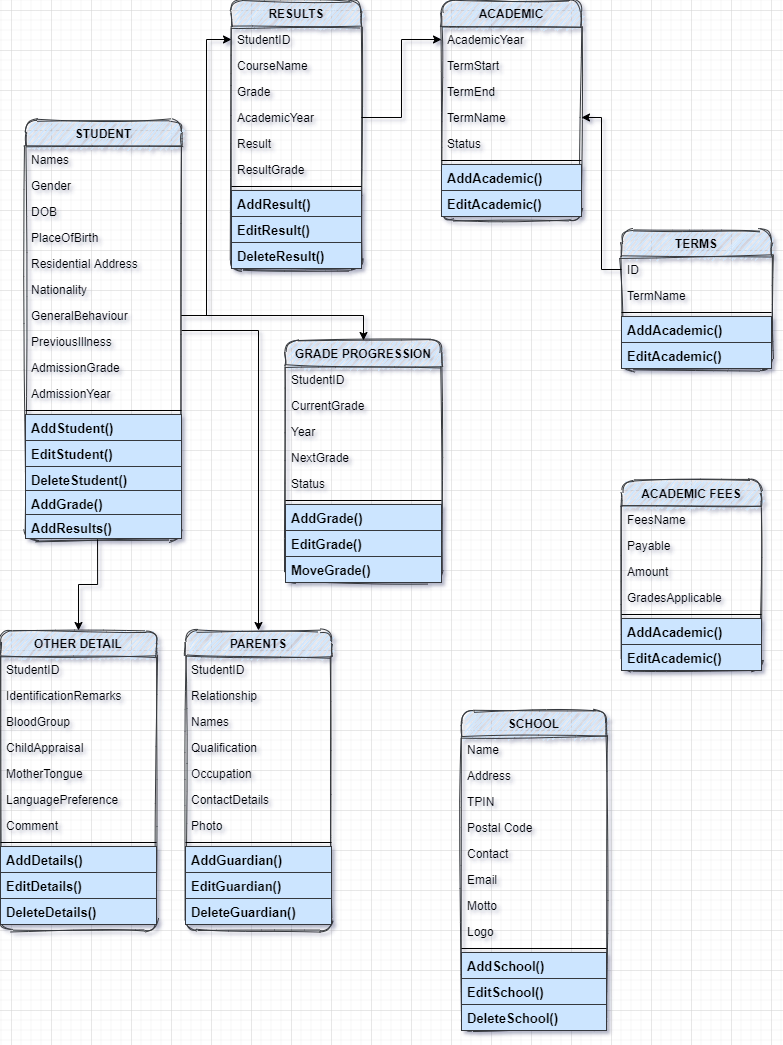
Above: SchoolDiagram.png in NickKatambo/School (draw.io), before the change. Source tidied: cells renumbered, new cells last; positions are measured from the earlier drawing's top-left corner, leaving out a move shared by most shapes.
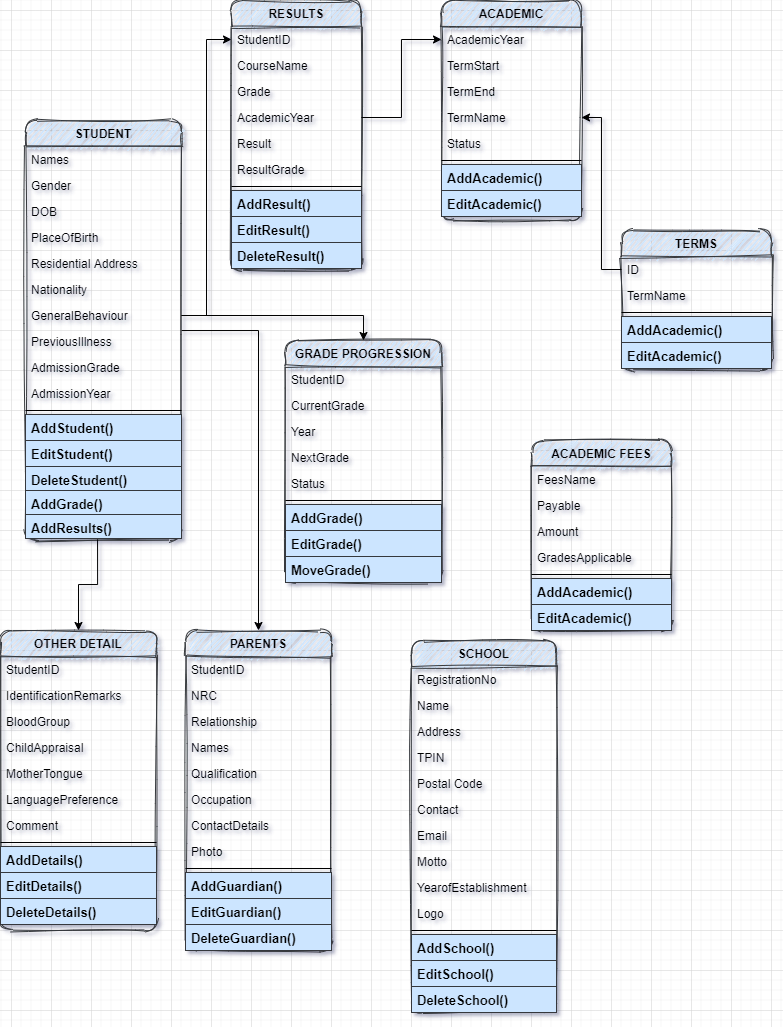
Later version of the same file.

Commit message:
updated database diagram

What changed in the source:
```diff
@@ -3,43 +3,49 @@
     <mxCell id="0" />
     <mxCell id="1" parent="0" />
     <mxCell id="2" value="SCHOOL" style="swimlane;fontStyle=1;align=center;verticalAlign=top;horizontal=1;startSize=26;rounded=1;shadow=0;strokeWidth=1;sketch=1;glass=0;fillColor=#cce5ff;strokeColor=#36393d;" parent="1" vertex="1">
-      <mxGeometry x="461" y="710" width="145" height="320" as="geometry" />
+      <mxGeometry x="411" y="640" width="145" height="372" as="geometry" />
     </mxCell>
-    <mxCell id="3" value="Name" style="text;align=left;verticalAlign=top;spacingLeft=4;spacingRight=4;overflow=hidden;" parent="2" vertex="1">
+    <mxCell id="3" value="RegistrationNo&#10;" style="text;align=left;verticalAlign=top;spacingLeft=4;spacingRight=4;overflow=hidden;" parent="2" vertex="1">
       <mxGeometry y="26" width="145" height="26" as="geometry" />
     </mxCell>
+    <mxCell id="106" value="Name" style="text;align=left;verticalAlign=top;spacingLeft=4;spacingRight=4;overflow=hidden;" parent="2" vertex="1">
+      <mxGeometry y="52" width="145" height="26" as="geometry" />
+    </mxCell>
     <mxCell id="4" value="Address" style="text;align=left;verticalAlign=top;spacingLeft=4;spacingRight=4;overflow=hidden;rounded=0;shadow=0;html=0;" parent="2" vertex="1">
-      <mxGeometry y="52" width="145" height="26" as="geometry" />
+      <mxGeometry y="78" width="145" height="26" as="geometry" />
     </mxCell>
     <mxCell id="5" value="TPIN&#10;" style="text;align=left;verticalAlign=top;spacingLeft=4;spacingRight=4;overflow=hidden;rounded=0;shadow=0;html=0;" parent="2" vertex="1">
-      <mxGeometry y="78" width="145" height="26" as="geometry" />
+      <mxGeometry y="104" width="145" height="26" as="geometry" />
     </mxCell>
     <mxCell id="6" value="Postal Code" style="text;align=left;verticalAlign=top;spacingLeft=4;spacingRight=4;overflow=hidden;rounded=0;shadow=0;html=0;" parent="2" vertex="1">
-      <mxGeometry y="104" width="145" height="26" as="geometry" />
+      <mxGeometry y="130" width="145" height="26" as="geometry" />
     </mxCell>
     <mxCell id="7" value="Contact" style="text;align=left;verticalAlign=top;spacingLeft=4;spacingRight=4;overflow=hidden;" parent="2" vertex="1">
-      <mxGeometry y="130" width="145" height="26" as="geometry" />
+      <mxGeometry y="156" width="145" height="26" as="geometry" />
     </mxCell>
     <mxCell id="8" value="Email" style="text;align=left;verticalAlign=top;spacingLeft=4;spacingRight=4;overflow=hidden;" parent="2" vertex="1">
-      <mxGeometry y="156" width="145" height="26" as="geometry" />
+      <mxGeometry y="182" width="145" height="26" as="geometry" />
     </mxCell>
     <mxCell id="9" value="Motto" style="text;align=left;verticalAlign=top;spacingLeft=4;spacingRight=4;overflow=hidden;rounded=0;shadow=0;html=0;" parent="2" vertex="1">
-      <mxGeometry y="182" width="145" height="26" as="geometry" />
+      <mxGeometry y="208" width="145" height="26" as="geometry" />
     </mxCell>
+    <mxCell id="107" value="YearofEstablishment" style="text;align=left;verticalAlign=top;spacingLeft=4;spacingRight=4;overflow=hidden;rounded=0;shadow=0;html=0;" parent="2" vertex="1">
+      <mxGeometry y="234" width="145" height="26" as="geometry" />
+    </mxCell>
     <mxCell id="10" value="Logo&#10;" style="text;align=left;verticalAlign=top;spacingLeft=4;spacingRight=4;overflow=hidden;rounded=0;shadow=0;html=0;" parent="2" vertex="1">
-      <mxGeometry y="208" width="145" height="26" as="geometry" />
+      <mxGeometry y="260" width="145" height="26" as="geometry" />
     </mxCell>
     <mxCell id="11" style="line;html=1;strokeWidth=1;align=left;verticalAlign=middle;spacingTop=-1;spacingLeft=3;spacingRight=3;labelPosition=right;" parent="2" vertex="1">
-      <mxGeometry y="234" width="145" height="8" as="geometry" />
+      <mxGeometry y="286" width="145" height="8" as="geometry" />
     </mxCell>
     <mxCell id="12" value="AddSchool()" style="text;align=left;verticalAlign=top;spacingLeft=4;spacingRight=4;overflow=hidden;rounded=0;shadow=0;html=0;fillColor=#cce5ff;strokeColor=#36393d;fontStyle=1;labelBackgroundColor=none;fontSize=13;" parent="2" vertex="1">
-      <mxGeometry y="242" width="145" height="26" as="geometry" />
+      <mxGeometry y="294" width="145" height="26" as="geometry" />
     </mxCell>
     <mxCell id="13" value="EditSchool()" style="text;align=left;verticalAlign=top;spacingLeft=4;spacingRight=4;overflow=hidden;fillColor=#cce5ff;strokeColor=#36393d;fontStyle=1;labelBackgroundColor=none;fontSize=13;" parent="2" vertex="1">
-      <mxGeometry y="268" width="145" height="26" as="geometry" />
+      <mxGeometry y="320" width="145" height="26" as="geometry" />
     </mxCell>
     <mxCell id="14" value="DeleteSchool()" style="text;align=left;verticalAlign=top;spacingLeft=4;spacingRight=4;overflow=hidden;fillColor=#cce5ff;strokeColor=#36393d;fontStyle=1;labelBackgroundColor=none;fontSize=13;" parent="2" vertex="1">
-      <mxGeometry y="294" width="145" height="26" as="geometry" />
+      <mxGeometry y="346" width="145" height="26" as="geometry" />
     </mxCell>
     <mxCell id="15" style="edgeStyle=orthogonalEdgeStyle;rounded=0;jettySize=auto;html=1;entryX=0.5;entryY=0;entryDx=0;entryDy=0;fontSize=13;fontColor=#000000;" parent="1" edge="1" source="16" target="54">
       <mxGeometry relative="1" as="geometry" />
@@ -159,43 +165,46 @@
       <mxGeometry y="190" width="140" height="26" as="geometry" />
     </mxCell>
     <mxCell id="54" value="PARENTS" style="swimlane;fontStyle=1;align=center;verticalAlign=top;horizontal=1;startSize=26;rounded=1;shadow=0;strokeWidth=1;sketch=1;glass=0;fillColor=#cce5ff;strokeColor=#36393d;" parent="1" vertex="1">
-      <mxGeometry x="185" y="630" width="146" height="300" as="geometry" />
+      <mxGeometry x="185" y="630" width="146" height="320" as="geometry" />
     </mxCell>
     <mxCell id="55" value="StudentID" style="text;align=left;verticalAlign=top;spacingLeft=4;spacingRight=4;overflow=hidden;" parent="54" vertex="1">
       <mxGeometry y="26" width="146" height="26" as="geometry" />
     </mxCell>
+    <mxCell id="108" value="NRC" style="text;align=left;verticalAlign=top;spacingLeft=4;spacingRight=4;overflow=hidden;rounded=0;shadow=0;html=0;" parent="54" vertex="1">
+      <mxGeometry y="52" width="146" height="26" as="geometry" />
+    </mxCell>
     <mxCell id="56" value="Relationship" style="text;align=left;verticalAlign=top;spacingLeft=4;spacingRight=4;overflow=hidden;rounded=0;shadow=0;html=0;" parent="54" vertex="1">
-      <mxGeometry y="52" width="146" height="26" as="geometry" />
+      <mxGeometry y="78" width="146" height="26" as="geometry" />
     </mxCell>
     <mxCell id="57" value="Names" style="text;align=left;verticalAlign=top;spacingLeft=4;spacingRight=4;overflow=hidden;rounded=0;shadow=0;html=0;" parent="54" vertex="1">
-      <mxGeometry y="78" width="146" height="26" as="geometry" />
+      <mxGeometry y="104" width="146" height="26" as="geometry" />
     </mxCell>
     <mxCell id="58" value="Qualification" style="text;align=left;verticalAlign=top;spacingLeft=4;spacingRight=4;overflow=hidden;rounded=0;shadow=0;html=0;" parent="54" vertex="1">
-      <mxGeometry y="104" width="146" height="26" as="geometry" />
+      <mxGeometry y="130" width="146" height="26" as="geometry" />
     </mxCell>
     <mxCell id="59" value="Occupation" style="text;align=left;verticalAlign=top;spacingLeft=4;spacingRight=4;overflow=hidden;" parent="54" vertex="1">
-      <mxGeometry y="130" width="146" height="26" as="geometry" />
+      <mxGeometry y="156" width="146" height="26" as="geometry" />
     </mxCell>
     <mxCell id="60" value="ContactDetails" style="text;align=left;verticalAlign=top;spacingLeft=4;spacingRight=4;overflow=hidden;" parent="54" vertex="1">
-      <mxGeometry y="156" width="146" height="26" as="geometry" />
+      <mxGeometry y="182" width="146" height="26" as="geometry" />
     </mxCell>
     <mxCell id="61" value="Photo" style="text;align=left;verticalAlign=top;spacingLeft=4;spacingRight=4;overflow=hidden;rounded=0;shadow=0;html=0;" parent="54" vertex="1">
-      <mxGeometry y="182" width="146" height="26" as="geometry" />
+      <mxGeometry y="208" width="146" height="26" as="geometry" />
     </mxCell>
     <mxCell id="62" style="line;html=1;strokeWidth=1;align=left;verticalAlign=middle;spacingTop=-1;spacingLeft=3;spacingRight=3;labelPosition=right;" parent="54" vertex="1">
-      <mxGeometry y="208" width="146" height="8" as="geometry" />
+      <mxGeometry y="234" width="146" height="8" as="geometry" />
     </mxCell>
     <mxCell id="63" value="AddGuardian()" style="text;align=left;verticalAlign=top;spacingLeft=4;spacingRight=4;overflow=hidden;rounded=0;shadow=0;html=0;fillColor=#cce5ff;strokeColor=#36393d;fontStyle=1;labelBackgroundColor=none;fontSize=13;" parent="54" vertex="1">
-      <mxGeometry y="216" width="146" height="26" as="geometry" />
+      <mxGeometry y="242" width="146" height="26" as="geometry" />
     </mxCell>
     <mxCell id="64" value="EditGuardian()" style="text;align=left;verticalAlign=top;spacingLeft=4;spacingRight=4;overflow=hidden;fillColor=#cce5ff;strokeColor=#36393d;fontStyle=1;labelBackgroundColor=none;fontSize=13;" parent="54" vertex="1">
-      <mxGeometry y="242" width="146" height="26" as="geometry" />
+      <mxGeometry y="268" width="146" height="26" as="geometry" />
     </mxCell>
     <mxCell id="65" value="DeleteGuardian()" style="text;align=left;verticalAlign=top;spacingLeft=4;spacingRight=4;overflow=hidden;fillColor=#cce5ff;strokeColor=#36393d;fontStyle=1;labelBackgroundColor=none;fontSize=13;" parent="54" vertex="1">
-      <mxGeometry y="268" width="146" height="26" as="geometry" />
+      <mxGeometry y="294" width="146" height="26" as="geometry" />
     </mxCell>
     <mxCell id="66" value="ACADEMIC FEES" style="swimlane;fontStyle=1;align=center;verticalAlign=top;horizontal=1;startSize=26;rounded=1;shadow=0;strokeWidth=1;sketch=1;glass=0;fillColor=#cce5ff;strokeColor=#36393d;" parent="1" vertex="1">
-      <mxGeometry x="621" y="480" width="140" height="190" as="geometry" />
+      <mxGeometry x="531" y="440" width="140" height="190" as="geometry" />
     </mxCell>
     <mxCell id="67" value="FeesName" style="text;align=left;verticalAlign=top;spacingLeft=4;spacingRight=4;overflow=hidden;" parent="66" vertex="1">
       <mxGeometry y="26" width="140" height="26" as="geometry" />
```
